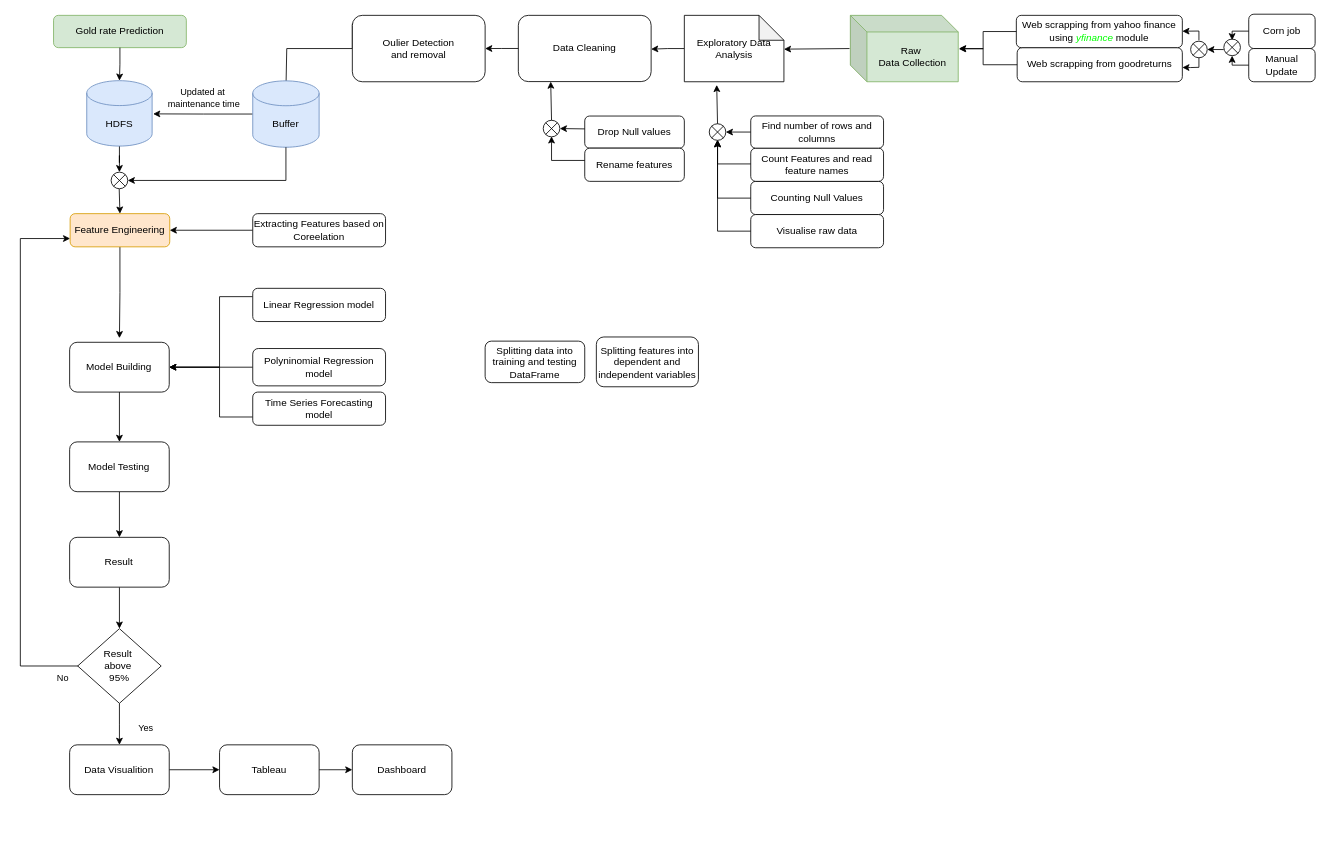
Before: Documents/Flowchart_2.drawio in B2-Harshit-83943/GOLD_PRICE_PREDICTION, a draw.io diagram. Source tidied: cells renumbered, new cells numbered last; positions are measured from the earlier drawing's top-left corner, leaving out a move shared by most shapes. Both pictures are drawn from the tidied source at 83%, with x=0, y=0 at pixel (20, 14).
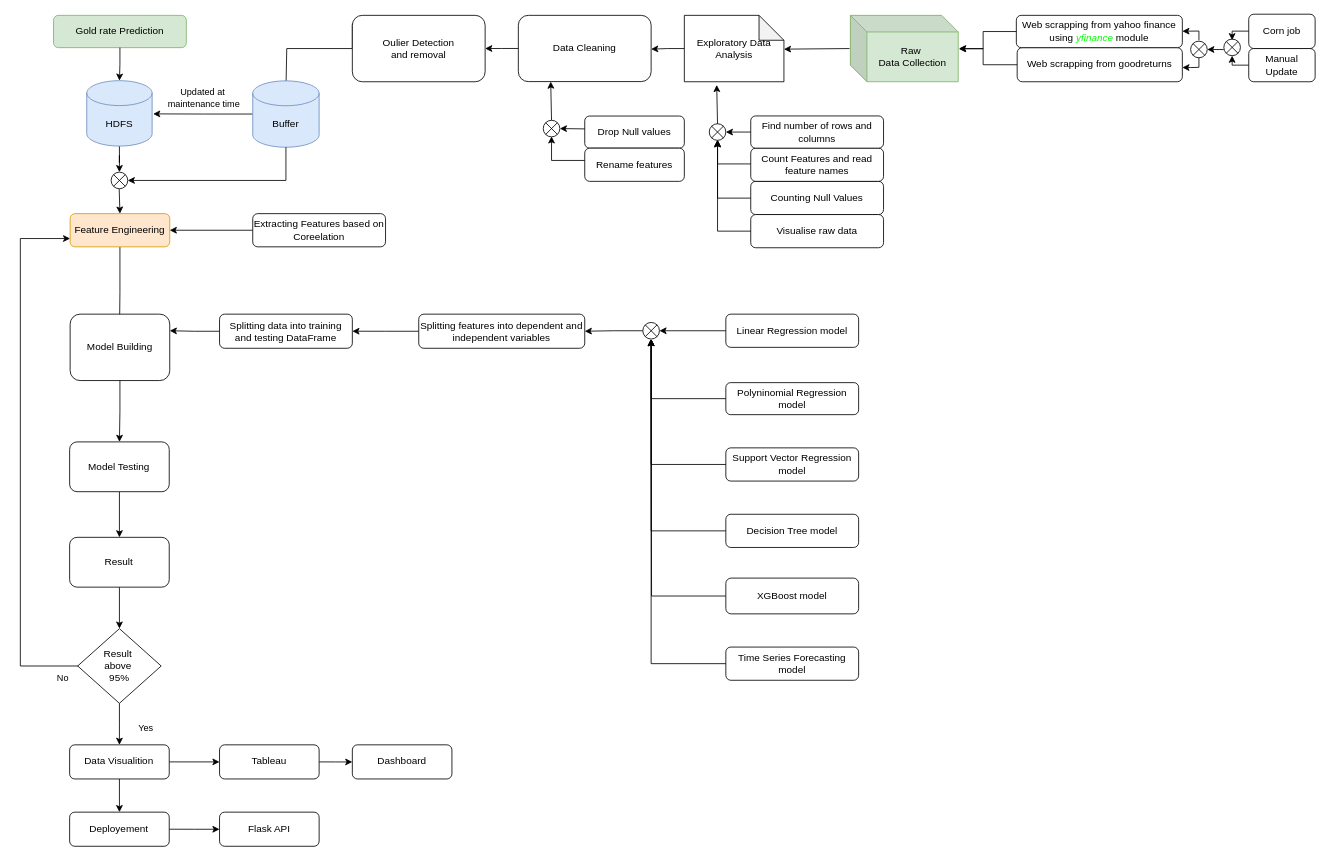
The same diagram, later.

The edit, as a diff of the source:
```diff
@@
     <mxCell id="14" value="Model Building" style="rounded=1;whiteSpace=wrap;html=1;" parent="1" vertex="1">
-      <mxGeometry x="59.4" y="394.9" width="120" height="60" as="geometry" />
+      <mxGeometry x="60" y="361" width="120" height="80" as="geometry" />
     </mxCell>
-    <mxCell id="15" style="edgeStyle=orthogonalEdgeStyle;rounded=0;jettySize=auto;html=1;entryX=1;entryY=0.5;entryDx=0;entryDy=0;" parent="1" edge="1" source="16" target="14">
-      <mxGeometry relative="1" as="geometry">
-        <Array as="points">
-          <mxPoint x="240" y="339.9" />
-          <mxPoint x="240" y="424.9" />
-        </Array>
-      </mxGeometry>
-    </mxCell>
     <mxCell id="16" value="Linear Regression model" style="rounded=1;whiteSpace=wrap;html=1;" parent="1" vertex="1">
-      <mxGeometry x="280" y="329.9" width="160" height="40" as="geometry" />
+      <mxGeometry x="850" y="361" width="160" height="40" as="geometry" />
     </mxCell>
-    <mxCell id="17" style="edgeStyle=orthogonalEdgeStyle;rounded=0;jettySize=auto;html=1;entryX=1;entryY=0.5;entryDx=0;entryDy=0;" parent="1" edge="1" source="18" target="14">
-      <mxGeometry relative="1" as="geometry" />
-    </mxCell>
     <mxCell id="18" value="Polyninomial Regression model" style="rounded=1;whiteSpace=wrap;html=1;" parent="1" vertex="1">
-      <mxGeometry x="280" y="402.4" width="160" height="45" as="geometry" />
+      <mxGeometry x="850" y="443.5" width="160" height="38.6" as="geometry" />
     </mxCell>
-    <mxCell id="19" style="edgeStyle=orthogonalEdgeStyle;rounded=0;jettySize=auto;html=1;entryX=1;entryY=0.5;entryDx=0;entryDy=0;" parent="1" edge="1" source="20" target="14">
-      <mxGeometry relative="1" as="geometry">
-        <Array as="points">
-          <mxPoint x="240" y="484.9" />
-          <mxPoint x="240" y="424.9" />
-        </Array>
-      </mxGeometry>
-    </mxCell>
     <mxCell id="20" value="Time Series F&lt;span style=&quot;background-color: initial;&quot;&gt;orecasting model&lt;/span&gt;" style="rounded=1;whiteSpace=wrap;html=1;" parent="1" vertex="1">
-      <mxGeometry x="280" y="454.9" width="160" height="40" as="geometry" />
+      <mxGeometry x="850" y="762.1" width="160" height="40" as="geometry" />
     </mxCell>
@@
+    <mxCell id="77" style="edgeStyle=orthogonalEdgeStyle;rounded=0;jettySize=auto;html=1;" parent="1" edge="1" source="30" target="92">
+      <mxGeometry relative="1" as="geometry" />
+    </mxCell>
     <mxCell id="30" value="Data Visualition" style="rounded=1;whiteSpace=wrap;html=1;" parent="1" vertex="1">
-      <mxGeometry x="59.4" y="879.9" width="120" height="60" as="geometry" />
+      <mxGeometry x="59.4" y="879.9" width="120" height="41.1" as="geometry" />
     </mxCell>
     <mxCell id="31" value="Dashboard" style="rounded=1;whiteSpace=wrap;html=1;" parent="1" vertex="1">
-      <mxGeometry x="400" y="879.9" width="120" height="60" as="geometry" />
+      <mxGeometry x="400" y="879.9" width="120" height="41.1" as="geometry" />
     </mxCell>
@@
     <mxCell id="33" value="Tableau" style="rounded=1;whiteSpace=wrap;html=1;" parent="1" vertex="1">
-      <mxGeometry x="240" y="879.9" width="120" height="60" as="geometry" />
+      <mxGeometry x="240" y="879.9" width="120" height="41.1" as="geometry" />
     </mxCell>
@@
+    <mxCell id="78" style="edgeStyle=orthogonalEdgeStyle;rounded=0;jettySize=auto;html=1;entryX=1;entryY=0.5;entryDx=0;entryDy=0;" parent="1" edge="1" source="47" target="48">
+      <mxGeometry relative="1" as="geometry" />
+    </mxCell>
     <mxCell id="47" value="Splitting features into dependent and independent variables" style="rounded=1;whiteSpace=wrap;html=1;" parent="1" vertex="1">
-      <mxGeometry x="694" y="388.5" width="123" height="60" as="geometry" />
+      <mxGeometry x="480" y="361" width="200" height="41.1" as="geometry" />
     </mxCell>
+    <mxCell id="79" style="edgeStyle=orthogonalEdgeStyle;rounded=0;jettySize=auto;html=1;entryX=1;entryY=0.25;entryDx=0;entryDy=0;" parent="1" edge="1" source="48" target="14">
+      <mxGeometry relative="1" as="geometry" />
+    </mxCell>
     <mxCell id="48" value="Splitting data into training and testing DataFrame" style="rounded=1;whiteSpace=wrap;html=1;" parent="1" vertex="1">
-      <mxGeometry x="560" y="393.5" width="120" height="50" as="geometry" />
+      <mxGeometry x="240" y="361" width="160" height="41.1" as="geometry" />
     </mxCell>
@@
+    <mxCell id="80" value="Support Vector Regression mod&lt;span style=&quot;background-color: initial;&quot;&gt;el&lt;/span&gt;" style="rounded=1;whiteSpace=wrap;html=1;" parent="1" vertex="1">
+      <mxGeometry x="850" y="522.1" width="160" height="40" as="geometry" />
+    </mxCell>
+    <mxCell id="81" value="Decision Tree&lt;span style=&quot;background-color: initial;&quot;&gt;&amp;nbsp;model&lt;/span&gt;" style="rounded=1;whiteSpace=wrap;html=1;" parent="1" vertex="1">
+      <mxGeometry x="850" y="602.1" width="160" height="40" as="geometry" />
+    </mxCell>
+    <mxCell id="82" style="edgeStyle=orthogonalEdgeStyle;rounded=0;jettySize=auto;html=1;" parent="1" edge="1" source="83">
+      <mxGeometry relative="1" as="geometry">
+        <mxPoint x="760" y="391" as="targetPoint" />
+      </mxGeometry>
+    </mxCell>
+    <mxCell id="83" value="XGBoost model" style="rounded=1;whiteSpace=wrap;html=1;" parent="1" vertex="1">
+      <mxGeometry x="850" y="679" width="160" height="43.1" as="geometry" />
+    </mxCell>
+    <mxCell id="84" style="edgeStyle=orthogonalEdgeStyle;rounded=0;jettySize=auto;html=1;entryX=1;entryY=0.5;entryDx=0;entryDy=0;" parent="1" edge="1" source="85" target="47">
+      <mxGeometry relative="1" as="geometry" />
+    </mxCell>
+    <mxCell id="85" style="verticalLabelPosition=bottom;verticalAlign=top;html=1;shape=mxgraph.flowchart.or;" parent="1" vertex="1">
+      <mxGeometry x="750" y="371" width="20" height="20" as="geometry" />
+    </mxCell>
+    <mxCell id="86" style="edgeStyle=orthogonalEdgeStyle;rounded=0;jettySize=auto;html=1;entryX=1;entryY=0.5;entryDx=0;entryDy=0;entryPerimeter=0;" parent="1" edge="1" source="16" target="85">
+      <mxGeometry relative="1" as="geometry" />
+    </mxCell>
+    <mxCell id="87" style="edgeStyle=orthogonalEdgeStyle;rounded=0;jettySize=auto;html=1;entryX=0.5;entryY=1;entryDx=0;entryDy=0;entryPerimeter=0;" parent="1" edge="1" source="18" target="85">
+      <mxGeometry relative="1" as="geometry" />
+    </mxCell>
+    <mxCell id="88" style="edgeStyle=orthogonalEdgeStyle;rounded=0;jettySize=auto;html=1;entryX=0.5;entryY=1;entryDx=0;entryDy=0;entryPerimeter=0;" parent="1" edge="1" source="80" target="85">
+      <mxGeometry relative="1" as="geometry" />
+    </mxCell>
+    <mxCell id="89" style="edgeStyle=orthogonalEdgeStyle;rounded=0;jettySize=auto;html=1;entryX=0.5;entryY=1;entryDx=0;entryDy=0;entryPerimeter=0;" parent="1" edge="1" source="81" target="85">
+      <mxGeometry relative="1" as="geometry" />
+    </mxCell>
+    <mxCell id="90" style="edgeStyle=orthogonalEdgeStyle;rounded=0;jettySize=auto;html=1;entryX=0.5;entryY=1;entryDx=0;entryDy=0;entryPerimeter=0;" parent="1" edge="1" source="20" target="85">
+      <mxGeometry relative="1" as="geometry" />
+    </mxCell>
+    <mxCell id="91" style="edgeStyle=orthogonalEdgeStyle;rounded=0;jettySize=auto;html=1;exitX=1;exitY=0.5;exitDx=0;exitDy=0;" parent="1" edge="1" source="92" target="93">
+      <mxGeometry relative="1" as="geometry" />
+    </mxCell>
+    <mxCell id="92" value="Deployement" style="rounded=1;whiteSpace=wrap;html=1;" parent="1" vertex="1">
+      <mxGeometry x="59.4" y="961" width="120" height="41.1" as="geometry" />
+    </mxCell>
+    <mxCell id="93" value="Flask API" style="rounded=1;whiteSpace=wrap;html=1;" parent="1" vertex="1">
+      <mxGeometry x="240" y="961" width="120" height="41.1" as="geometry" />
+    </mxCell>
```
